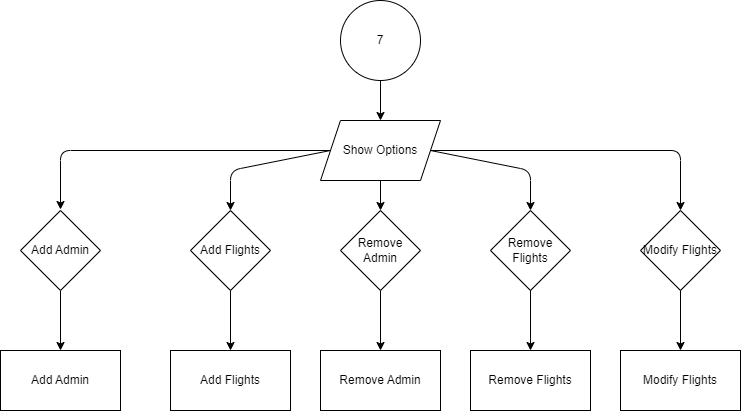
MegaCharazardX/AirWaysMS keeps this draw.io diagram as FINAL_PROJECTS/Documentation/flowchart/Flowchart-7.drawio.png. Above is the earlier version. Source tidied: cells renumbered, new cells last; positions are measured from the earlier drawing's top-left corner, leaving out a move shared by most shapes.
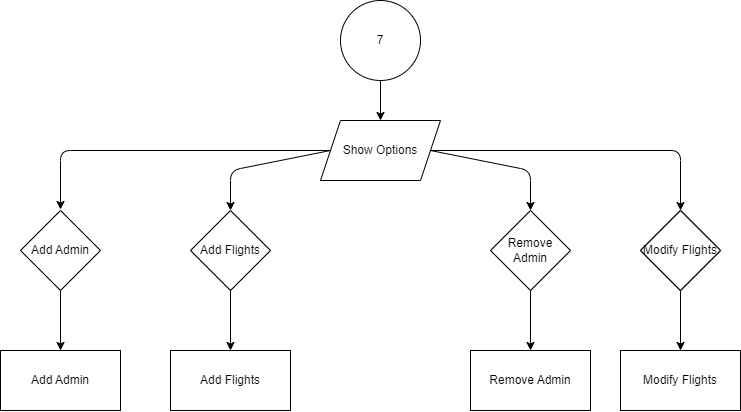
Later version of the same file.

Diff of the diagram source:
```diff
@@ -38,9 +38,6 @@
         </Array>
       </mxGeometry>
     </mxCell>
-    <mxCell id="8" style="edgeStyle=none;html=1;" parent="1" edge="1" source="9" target="22">
-      <mxGeometry relative="1" as="geometry" />
-    </mxCell>
     <mxCell id="9" value="Show Options" style="shape=parallelogram;perimeter=parallelogramPerimeter;whiteSpace=wrap;html=1;fixedSize=1;" parent="1" vertex="1">
       <mxGeometry x="320" y="120" width="120" height="60" as="geometry" />
     </mxCell>
@@ -52,21 +49,6 @@
         <mxPoint x="230" y="270" as="sourcePoint" />
       </mxGeometry>
     </mxCell>
-    <mxCell id="12" style="edgeStyle=none;html=1;" parent="1" edge="1" target="17">
-      <mxGeometry relative="1" as="geometry">
-        <mxPoint x="380" y="270" as="sourcePoint" />
-      </mxGeometry>
-    </mxCell>
-    <mxCell id="13" style="edgeStyle=none;html=1;" parent="1" edge="1" target="18">
-      <mxGeometry relative="1" as="geometry">
-        <mxPoint x="530" y="270" as="sourcePoint" />
-      </mxGeometry>
-    </mxCell>
-    <mxCell id="14" style="edgeStyle=none;html=1;" parent="1" edge="1" target="19">
-      <mxGeometry relative="1" as="geometry">
-        <mxPoint x="680" y="270" as="sourcePoint" />
-      </mxGeometry>
-    </mxCell>
     <mxCell id="15" value="Add Admin" style="whiteSpace=wrap;html=1;" parent="1" vertex="1">
       <mxGeometry y="350" width="120" height="60" as="geometry" />
     </mxCell>
@@ -74,11 +56,8 @@
       <mxGeometry x="170" y="350" width="120" height="60" as="geometry" />
     </mxCell>
     <mxCell id="17" value="Remove Admin" style="whiteSpace=wrap;html=1;" parent="1" vertex="1">
-      <mxGeometry x="320" y="350" width="120" height="60" as="geometry" />
+      <mxGeometry x="470" y="350" width="120" height="60" as="geometry" />
     </mxCell>
-    <mxCell id="18" value="Remove Flights" style="whiteSpace=wrap;html=1;" parent="1" vertex="1">
-      <mxGeometry x="470" y="350" width="120" height="60" as="geometry" />
-    </mxCell>
     <mxCell id="19" value="Modify Flights" style="whiteSpace=wrap;html=1;" parent="1" vertex="1">
       <mxGeometry x="620" y="350" width="120" height="60" as="geometry" />
     </mxCell>
@@ -88,12 +67,18 @@
     <mxCell id="21" value="Add Flights" style="rhombus;whiteSpace=wrap;html=1;" parent="1" vertex="1">
       <mxGeometry x="190" y="210" width="80" height="80" as="geometry" />
     </mxCell>
+    <mxCell id="25" style="edgeStyle=none;html=1;" parent="1" edge="1" source="22" target="17">
+      <mxGeometry relative="1" as="geometry" />
+    </mxCell>
     <mxCell id="22" value="Remove Admin" style="rhombus;whiteSpace=wrap;html=1;" parent="1" vertex="1">
-      <mxGeometry x="340" y="210" width="80" height="80" as="geometry" />
+      <mxGeometry x="490" y="210" width="80" height="80" as="geometry" />
     </mxCell>
     <mxCell id="23" value="Remove Flights" style="rhombus;whiteSpace=wrap;html=1;" parent="1" vertex="1">
-      <mxGeometry x="490" y="210" width="80" height="80" as="geometry" />
+      <mxGeometry x="640" y="210" width="80" height="80" as="geometry" />
     </mxCell>
+    <mxCell id="26" style="edgeStyle=none;html=1;" parent="1" edge="1" source="24" target="19">
+      <mxGeometry relative="1" as="geometry" />
+    </mxCell>
     <mxCell id="24" value="Modify Flights" style="rhombus;whiteSpace=wrap;html=1;" parent="1" vertex="1">
       <mxGeometry x="640" y="210" width="80" height="80" as="geometry" />
     </mxCell>
```
